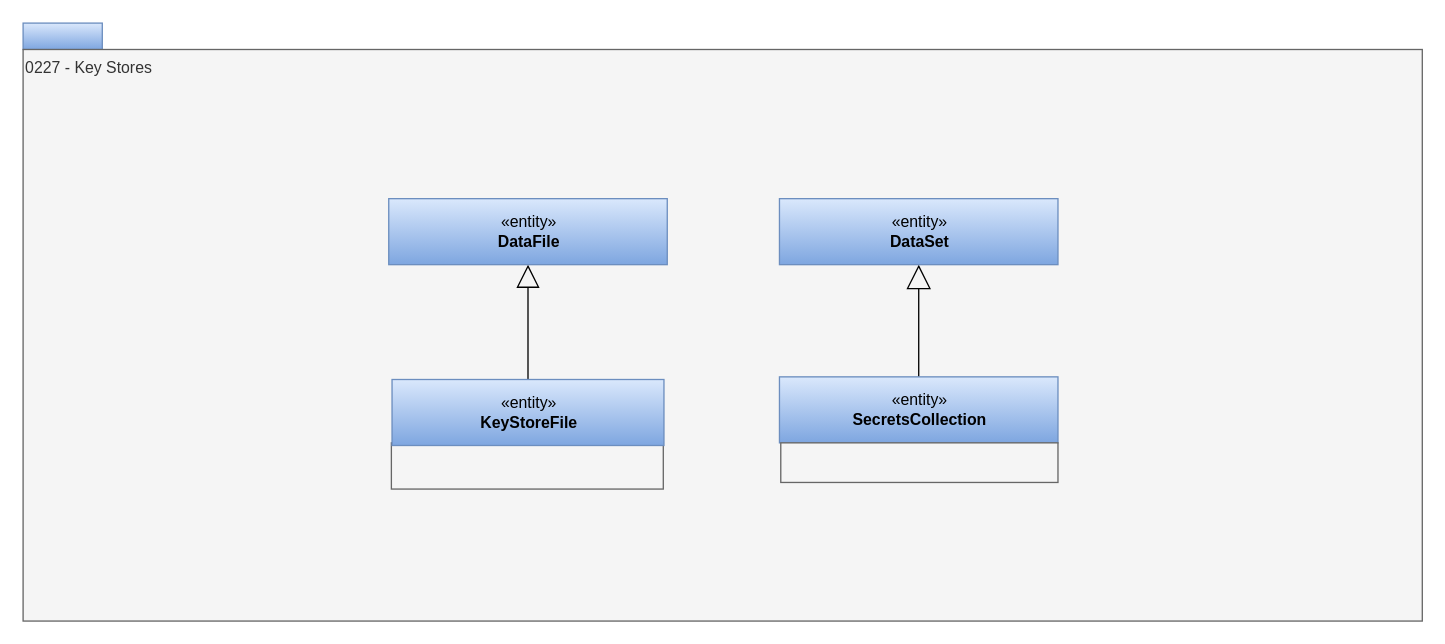
odpi/egeria-docs keeps this draw.io diagram as page "0227-Keystores" (17 of 26) of site/docs/types/2/area-2-assets.drawio. Above is the earlier version. Source tidied: cells renumbered, new cells numbered last; positions are measured from the earlier drawing's top-left corner, leaving out a move shared by most shapes. Both pictures are drawn from the tidied source at 132%, with x=0, y=0 at pixel (22, 22).
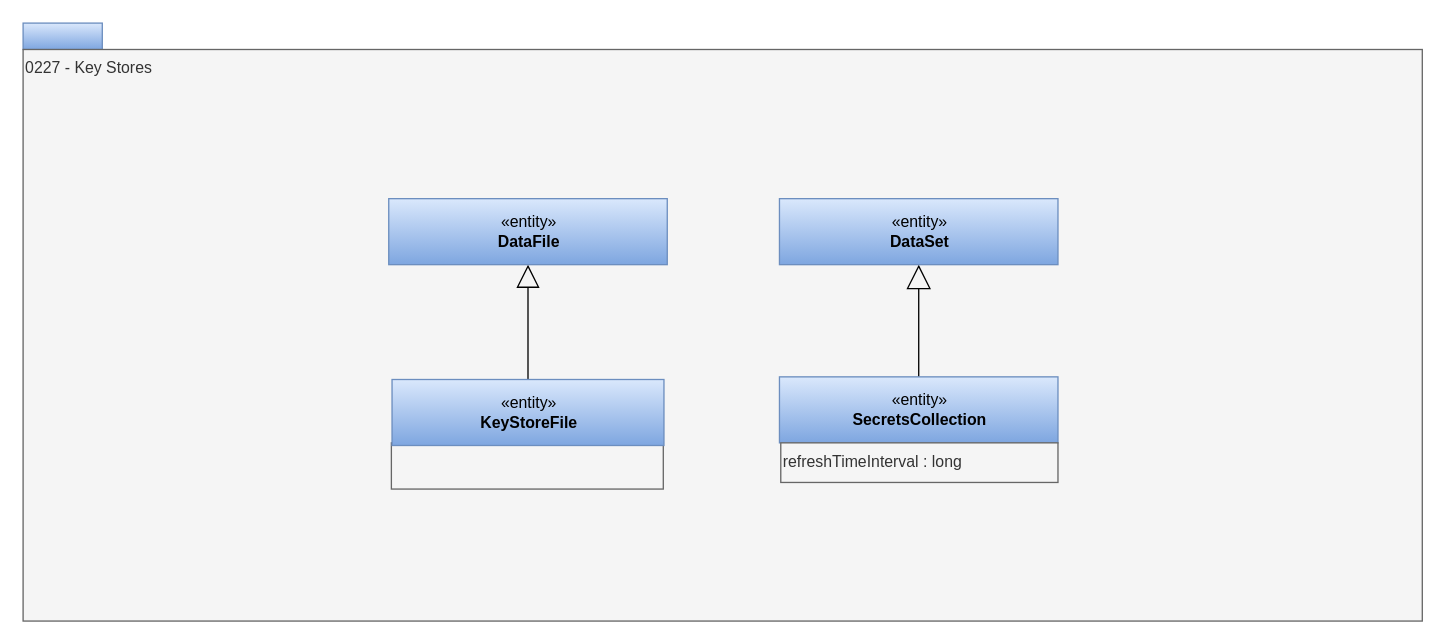
The same diagram, later.

Change to the diagram source:
```diff
@@
 <mxGraphModel>
   <root>
     <mxCell id="0" />
     <mxCell id="1" parent="0" />
     <mxCell id="2" style="rounded=0;whiteSpace=wrap;html=1;align=left;fillColor=#dae8fc;strokeColor=#6c8ebf;gradientColor=#7ea6e0;" parent="1" vertex="1">
       <mxGeometry width="60" height="20" as="geometry" />
     </mxCell>
     <mxCell id="3" value="0227 - Key Stores" style="rounded=0;whiteSpace=wrap;html=1;align=left;verticalAlign=top;fillColor=#f5f5f5;fontColor=#333333;strokeColor=#666666;" parent="1" vertex="1">
       <mxGeometry y="20" width="1060" height="433" as="geometry" />
     </mxCell>
     <mxCell id="4" style="edgeStyle=orthogonalEdgeStyle;rounded=0;jettySize=auto;html=1;exitX=0.5;exitY=0;exitDx=0;exitDy=0;endArrow=block;endFill=0;endSize=16;" parent="1" edge="1" source="5" target="7">
       <mxGeometry relative="1" as="geometry" />
     </mxCell>
     <mxCell id="5" value="«entity»&lt;br&gt;&lt;b&gt;SecretsCollection&lt;/b&gt;" style="html=1;strokeColor=#6c8ebf;align=center;fillColor=#dae8fc;gradientColor=#7ea6e0;" parent="1" vertex="1">
       <mxGeometry x="573" y="268" width="211" height="50" as="geometry" />
     </mxCell>
-    <mxCell id="6" style="rounded=0;whiteSpace=wrap;html=1;strokeColor=#666666;align=left;fillColor=#f5f5f5;fontColor=#333333;" parent="1" vertex="1">
+    <mxCell id="6" value="refreshTimeInterval : long" style="rounded=0;whiteSpace=wrap;html=1;strokeColor=#666666;align=left;fillColor=#f5f5f5;fontColor=#333333;" parent="1" vertex="1">
       <mxGeometry x="574" y="318" width="210" height="30" as="geometry" />
     </mxCell>
     <mxCell id="7" value="«entity»&lt;br&gt;&lt;b&gt;DataSet&lt;/b&gt;" style="html=1;strokeColor=#6c8ebf;align=center;fillColor=#dae8fc;gradientColor=#7ea6e0;" parent="1" vertex="1">
       <mxGeometry x="573" y="133" width="211" height="50" as="geometry" />
     </mxCell>
     <mxCell id="8" style="rounded=0;whiteSpace=wrap;html=1;strokeColor=#666666;align=left;fillColor=#f5f5f5;fontColor=#333333;" parent="1" vertex="1">
       <mxGeometry x="279" y="318" width="206" height="35" as="geometry" />
     </mxCell>
     <mxCell id="9" style="edgeStyle=orthogonalEdgeStyle;rounded=0;jettySize=auto;html=1;exitX=0.5;exitY=0;exitDx=0;exitDy=0;endArrow=block;endFill=0;endSize=15;" parent="1" edge="1" source="10" target="11">
       <mxGeometry relative="1" as="geometry" />
     </mxCell>
     <mxCell id="10" value="«entity»&lt;br&gt;&lt;b&gt;KeyStoreFile&lt;/b&gt;" style="html=1;strokeColor=#6c8ebf;align=center;fillColor=#dae8fc;gradientColor=#7ea6e0;" parent="1" vertex="1">
       <mxGeometry x="279.5" y="270" width="206" height="50" as="geometry" />
     </mxCell>
     <mxCell id="11" value="«entity»&lt;br&gt;&lt;b&gt;DataFile&lt;/b&gt;" style="html=1;strokeColor=#6c8ebf;align=center;fillColor=#dae8fc;gradientColor=#7ea6e0;" parent="1" vertex="1">
       <mxGeometry x="277" y="133" width="211" height="50" as="geometry" />
     </mxCell>
   </root>
 </mxGraphModel>
```
